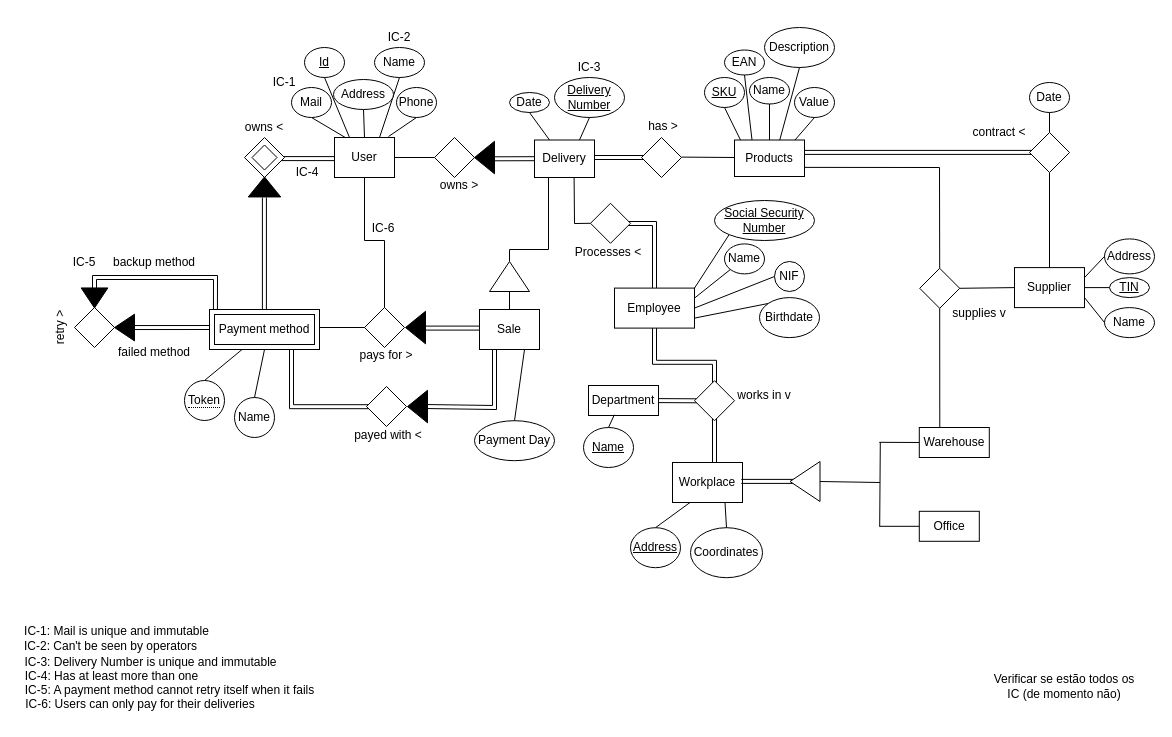
Above: Entrega 1/Entrega 1.drawio in Axiself/Proj-BD-22-23 (draw.io), before the change. Source tidied: cells renumbered, new cells numbered last; positions are measured from the earlier drawing's top-left corner, leaving out a move shared by most shapes. Both pictures are drawn from the tidied source at 100%, with x=0, y=0 at pixel (17, 22).
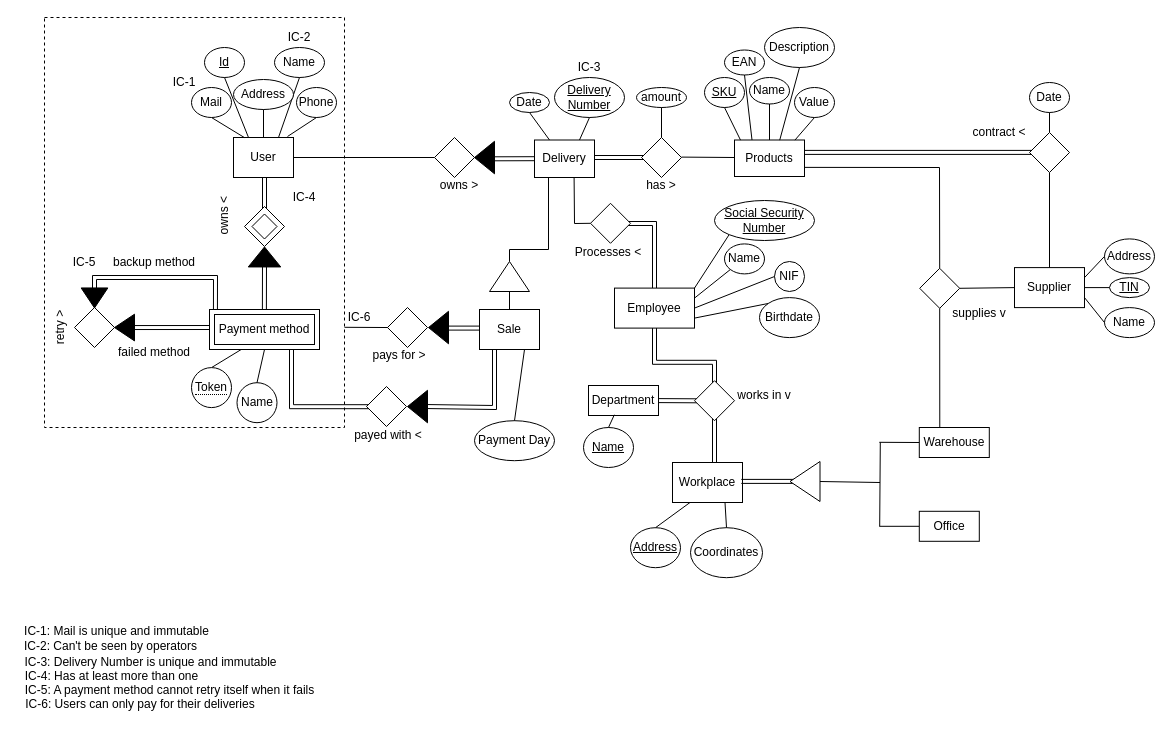
The same page after the edit.

The change refers to these unchanged cells:
```xml
<mxCell id="58" style="shape=rhombus;perimeter=rhombusPerimeter;whiteSpace=wrap;html=1;align=center;" parent="1" vertex="1">
  <mxGeometry x="624" y="115" width="40" height="40" as="geometry" />
</mxCell>
```

What changed in the source:
```diff
@@
+    <mxCell id="140" style="endArrow=none;html=1;rounded=0;" parent="1" edge="1">
+      <mxGeometry relative="1" as="geometry">
+        <mxPoint x="327" y="304.8" as="sourcePoint" />
+        <mxPoint x="384" y="305.1" as="targetPoint" />
+      </mxGeometry>
+    </mxCell>
+    <mxCell id="141" style="rounded=0;whiteSpace=wrap;html=1;dashed=1;fillColor=none;" parent="1" vertex="1">
+      <mxGeometry x="27" y="-5" width="300" height="410" as="geometry" />
+    </mxCell>
@@
-    <mxCell id="11" style="endArrow=none;html=1;rounded=0;entryX=0.5;entryY=1;entryDx=0;entryDy=0;" parent="1" edge="1" target="16">
-      <mxGeometry relative="1" as="geometry">
-        <mxPoint x="367" y="286" as="sourcePoint" />
-        <Array as="points">
-          <mxPoint x="367" y="218" />
-          <mxPoint x="347" y="218" />
-        </Array>
-      </mxGeometry>
-    </mxCell>
@@
-    <mxCell id="13" style="endArrow=none;html=1;rounded=0;exitX=1;exitY=1;exitDx=0;exitDy=0;entryX=0;entryY=0.75;entryDx=0;entryDy=0;shape=link;" parent="1" edge="1">
+    <mxCell id="13" style="endArrow=none;html=1;rounded=0;exitX=0.5;exitY=0;exitDx=0;exitDy=0;shape=link;" parent="1" edge="1" source="131">
       <mxGeometry relative="1" as="geometry">
-        <mxPoint x="257" y="136.1" as="sourcePoint" />
-        <mxPoint x="317" y="136.1" as="targetPoint" />
+        <mxPoint x="247" y="155" as="targetPoint" />
       </mxGeometry>
     </mxCell>
     <mxCell id="14" style="endArrow=none;html=1;rounded=0;entryX=0;entryY=0.25;entryDx=0;entryDy=0;exitX=0;exitY=0.75;exitDx=0;exitDy=0;shape=link;" parent="1" edge="1">
       <mxGeometry relative="1" as="geometry">
-        <mxPoint x="408" y="305.6" as="sourcePoint" />
-        <mxPoint x="478" y="305.6" as="targetPoint" />
+        <mxPoint x="416" y="305.6" as="sourcePoint" />
+        <mxPoint x="486" y="305.6" as="targetPoint" />
       </mxGeometry>
     </mxCell>
-    <mxCell id="15" style="endArrow=none;html=1;rounded=0;" parent="1" edge="1">
-      <mxGeometry relative="1" as="geometry">
-        <mxPoint x="281" y="305" as="sourcePoint" />
-        <mxPoint x="349" y="305" as="targetPoint" />
-      </mxGeometry>
-    </mxCell>
     <mxCell id="16" value="User" style="whiteSpace=wrap;html=1;align=center;" parent="1" vertex="1">
-      <mxGeometry x="317" y="115" width="60" height="40" as="geometry" />
+      <mxGeometry x="216" y="115" width="60" height="40" as="geometry" />
     </mxCell>
     <mxCell id="17" value="Id" style="ellipse;whiteSpace=wrap;html=1;align=center;fontStyle=4;" parent="1" vertex="1">
-      <mxGeometry x="287" y="25" width="40" height="30" as="geometry" />
+      <mxGeometry x="187" y="25" width="40" height="30" as="geometry" />
     </mxCell>
     <mxCell id="18" value="Phone" style="ellipse;whiteSpace=wrap;html=1;align=center;" parent="1" vertex="1">
-      <mxGeometry x="379" y="65" width="40" height="30" as="geometry" />
+      <mxGeometry x="279" y="65" width="40" height="30" as="geometry" />
     </mxCell>
     <mxCell id="19" value="Name" style="ellipse;whiteSpace=wrap;html=1;align=center;" parent="1" vertex="1">
-      <mxGeometry x="357" y="25" width="50" height="30" as="geometry" />
+      <mxGeometry x="257" y="25" width="50" height="30" as="geometry" />
     </mxCell>
@@
     <mxCell id="22" value="Mail" style="ellipse;whiteSpace=wrap;html=1;align=center;fontStyle=0;" parent="1" vertex="1">
-      <mxGeometry x="274" y="65" width="40" height="30" as="geometry" />
+      <mxGeometry x="174" y="65" width="40" height="30" as="geometry" />
     </mxCell>
@@
     <mxCell id="24" value="Address" style="ellipse;whiteSpace=wrap;html=1;align=center;" parent="1" vertex="1">
-      <mxGeometry x="316" y="57" width="60" height="30" as="geometry" />
+      <mxGeometry x="216" y="57" width="60" height="30" as="geometry" />
     </mxCell>
@@
     <mxCell id="27" value="Name" style="ellipse;whiteSpace=wrap;html=1;align=center;" parent="1" vertex="1">
-      <mxGeometry x="217" y="375" width="40" height="40" as="geometry" />
+      <mxGeometry x="219.5" y="360.2" width="40" height="40" as="geometry" />
     </mxCell>
@@
     <mxCell id="29" style="shape=rhombus;perimeter=rhombusPerimeter;whiteSpace=wrap;html=1;align=center;" parent="1" vertex="1">
-      <mxGeometry x="227" y="115" width="40" height="40" as="geometry" />
+      <mxGeometry x="227" y="184" width="40" height="40" as="geometry" />
     </mxCell>
     <mxCell id="30" style="triangle;whiteSpace=wrap;html=1;fillColor=#000000;rotation=-90;" parent="1" vertex="1">
-      <mxGeometry x="237" y="148.2" width="20" height="32.5" as="geometry" />
+      <mxGeometry x="237" y="218.2" width="20" height="32.5" as="geometry" />
     </mxCell>
     <mxCell id="31" style="endArrow=none;html=1;rounded=0;shape=link;" parent="1" edge="1">
       <mxGeometry relative="1" as="geometry">
         <mxPoint x="246.9" y="287" as="sourcePoint" />
-        <mxPoint x="246.9" y="175" as="targetPoint" />
+        <mxPoint x="247" y="235" as="targetPoint" />
       </mxGeometry>
     </mxCell>
@@
     <mxCell id="46" value="IC-1" style="text;html=1;strokeColor=none;fillColor=none;align=center;verticalAlign=middle;whiteSpace=wrap;rounded=0;" parent="1" vertex="1">
-      <mxGeometry x="237" y="45" width="60" height="30" as="geometry" />
+      <mxGeometry x="137" y="45" width="60" height="30" as="geometry" />
     </mxCell>
     <mxCell id="47" value="IC-2" style="text;html=1;strokeColor=none;fillColor=none;align=center;verticalAlign=middle;whiteSpace=wrap;rounded=0;" parent="1" vertex="1">
-      <mxGeometry x="352" width="60" height="30" as="geometry" />
+      <mxGeometry x="252" width="60" height="30" as="geometry" />
     </mxCell>
     <mxCell id="48" style="shape=rhombus;perimeter=rhombusPerimeter;whiteSpace=wrap;html=1;align=center;" parent="1" vertex="1">
-      <mxGeometry x="347" y="285" width="40" height="40" as="geometry" />
+      <mxGeometry x="370" y="285" width="40" height="40" as="geometry" />
     </mxCell>
     <mxCell id="49" value="f" style="triangle;whiteSpace=wrap;html=1;fillColor=#000000;rotation=-180;" parent="1" vertex="1">
-      <mxGeometry x="388" y="288.8" width="20" height="32.5" as="geometry" />
+      <mxGeometry x="411" y="288.8" width="20" height="32.5" as="geometry" />
     </mxCell>
@@
-    <mxCell id="54" value="owns &amp;lt;" style="text;html=1;strokeColor=none;fillColor=none;align=center;verticalAlign=middle;whiteSpace=wrap;rounded=0;" parent="1" vertex="1">
-      <mxGeometry x="217" y="90" width="60" height="30" as="geometry" />
+    <mxCell id="54" value="owns &amp;lt;" style="text;html=1;strokeColor=none;fillColor=none;align=center;verticalAlign=middle;whiteSpace=wrap;rounded=0;rotation=-90;" parent="1" vertex="1">
+      <mxGeometry x="177" y="178.2" width="60" height="30" as="geometry" />
     </mxCell>
     <mxCell id="55" value="pays for &amp;gt;" style="text;html=1;strokeColor=none;fillColor=none;align=center;verticalAlign=middle;whiteSpace=wrap;rounded=0;" parent="1" vertex="1">
-      <mxGeometry x="329" y="318.2" width="80" height="30" as="geometry" />
+      <mxGeometry x="342" y="318.3" width="80" height="30" as="geometry" />
     </mxCell>
     <mxCell id="56" value="IC-4" style="text;html=1;strokeColor=none;fillColor=none;align=center;verticalAlign=middle;whiteSpace=wrap;rounded=0;" parent="1" vertex="1">
-      <mxGeometry x="259.5" y="135" width="60" height="30" as="geometry" />
+      <mxGeometry x="257" y="160" width="60" height="30" as="geometry" />
     </mxCell>
@@
     <mxCell id="60" value="has &amp;gt;" style="text;html=1;strokeColor=none;fillColor=none;align=center;verticalAlign=middle;whiteSpace=wrap;rounded=0;" parent="1" vertex="1">
-      <mxGeometry x="616" y="88.5" width="60" height="30" as="geometry" />
+      <mxGeometry x="614" y="148" width="60" height="30" as="geometry" />
     </mxCell>
@@
     <mxCell id="99" value="IC-6" style="text;html=1;strokeColor=none;fillColor=none;align=center;verticalAlign=middle;whiteSpace=wrap;rounded=0;" parent="1" vertex="1">
-      <mxGeometry x="336" y="191.4" width="60" height="30" as="geometry" />
+      <mxGeometry x="312" y="280.1" width="60" height="30" as="geometry" />
     </mxCell>
@@
-    <mxCell id="128" value="Verificar se estão todos os IC (de momento não)" style="text;html=1;strokeColor=none;fillColor=none;align=center;verticalAlign=middle;whiteSpace=wrap;rounded=0;" parent="1" vertex="1">
-      <mxGeometry x="971.8" y="645" width="150" height="38" as="geometry" />
-    </mxCell>
@@
     <mxCell id="131" style="shape=rhombus;perimeter=rhombusPerimeter;whiteSpace=wrap;html=1;align=center;" parent="1" vertex="1">
-      <mxGeometry x="234.5" y="122.5" width="25" height="25" as="geometry" />
+      <mxGeometry x="234.5" y="191.5" width="25" height="25" as="geometry" />
     </mxCell>
@@
     <mxCell id="139" value="&lt;span style=&quot;border-bottom: 1px dotted&quot;&gt;Token&lt;/span&gt;" style="ellipse;whiteSpace=wrap;html=1;align=center;" parent="1" vertex="1">
-      <mxGeometry x="167" y="358" width="40" height="40" as="geometry" />
+      <mxGeometry x="174" y="345.1" width="40" height="40" as="geometry" />
     </mxCell>
+    <mxCell id="142" value="amount" style="ellipse;whiteSpace=wrap;html=1;" parent="1" vertex="1">
+      <mxGeometry x="619" y="65" width="50" height="20" as="geometry" />
+    </mxCell>
+    <mxCell id="143" style="endArrow=none;html=1;rounded=0;entryX=0.5;entryY=1;entryDx=0;entryDy=0;exitX=0.5;exitY=0;exitDx=0;exitDy=0;" parent="1" edge="1" source="58" target="142">
+      <mxGeometry relative="1" as="geometry" />
+    </mxCell>
```
